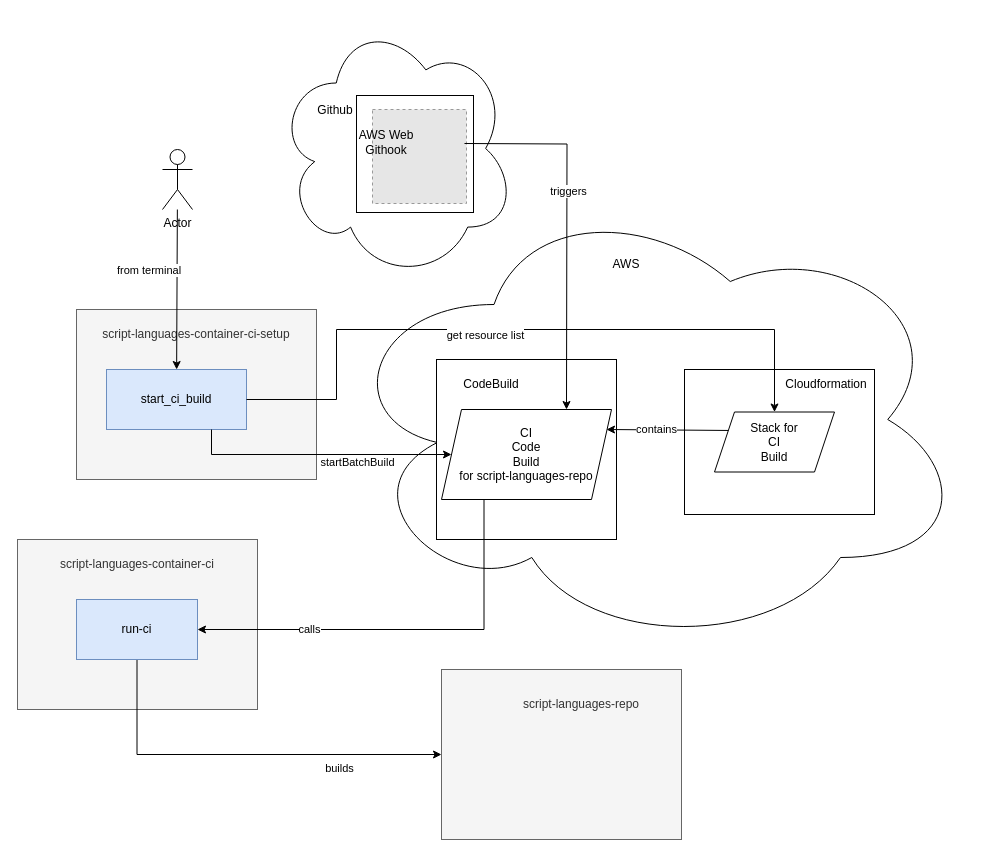
exasol/script-languages-container-ci-setup keeps this draw.io diagram as user_guide/ci-flow.drawio. Above is the earlier version. Source tidied: cells renumbered, new cells numbered last; positions are measured from the earlier drawing's top-left corner, leaving out a move shared by most shapes. Both pictures are drawn from the tidied source at 100%, with x=0, y=0 at pixel (17, 17). Pictures stored in the file or linked from it are replaced by grey dashed boxes.
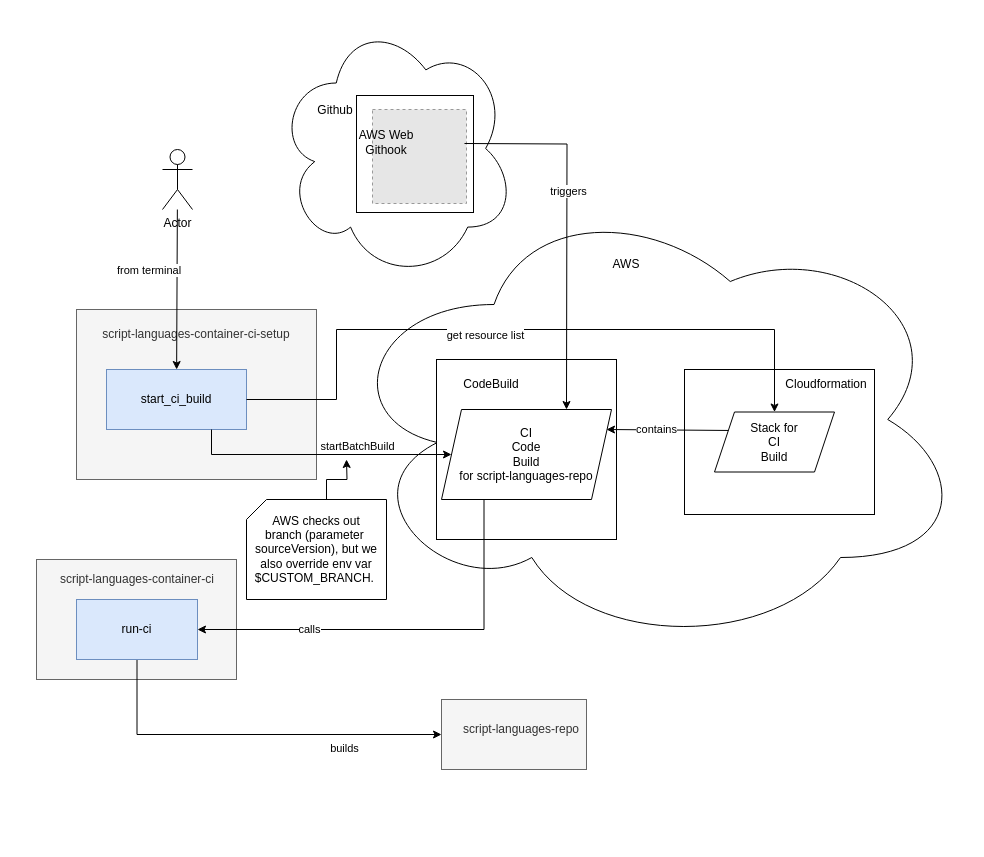
The same diagram, later.

The change refers to these unchanged cells:
```xml
<mxCell id="35" style="edgeStyle=orthogonalEdgeStyle;rounded=0;jettySize=auto;html=1;exitX=0.75;exitY=1;exitDx=0;exitDy=0;" parent="1" edge="1" source="10" target="14">
  <mxGeometry relative="1" as="geometry" />
</mxCell>
```

What changed in the source:
```diff
@@
     <mxCell id="6" style="rounded=0;whiteSpace=wrap;html=1;fillColor=#f5f5f5;fontColor=#333333;strokeColor=#666666;" parent="1" vertex="1">
-      <mxGeometry x="424" y="652" width="240" height="170" as="geometry" />
+      <mxGeometry x="424" y="682" width="145" height="70" as="geometry" />
     </mxCell>
     <mxCell id="7" value="&lt;span style=&quot;color: rgb(51, 51, 51);&quot;&gt;script-languages-repo&lt;/span&gt;" style="text;html=1;strokeColor=none;fillColor=none;align=center;verticalAlign=middle;whiteSpace=wrap;rounded=0;" parent="1" vertex="1">
-      <mxGeometry x="474" y="672" width="180" height="30" as="geometry" />
+      <mxGeometry x="414" y="697" width="180" height="30" as="geometry" />
     </mxCell>
@@
     <mxCell id="20" style="rounded=0;whiteSpace=wrap;html=1;fillColor=#f5f5f5;fontColor=#333333;strokeColor=#666666;" parent="1" vertex="1">
-      <mxGeometry y="522" width="240" height="170" as="geometry" />
+      <mxGeometry x="19" y="542" width="200" height="120" as="geometry" />
     </mxCell>
     <mxCell id="21" value="&lt;span style=&quot;color: rgb(51, 51, 51);&quot;&gt;script-languages-container-ci&lt;/span&gt;" style="text;html=1;strokeColor=none;fillColor=none;align=center;verticalAlign=middle;whiteSpace=wrap;rounded=0;" parent="1" vertex="1">
-      <mxGeometry x="20" y="532" width="200" height="30" as="geometry" />
+      <mxGeometry x="20" y="547" width="200" height="30" as="geometry" />
     </mxCell>
@@
     <mxCell id="36" value="startBatchBuild" style="edgeLabel;html=1;align=center;verticalAlign=middle;" parent="35" vertex="1">
       <mxGeometry x="0.54" y="-7" relative="1" as="geometry">
-        <mxPoint x="-34" as="offset" />
+        <mxPoint x="-34" y="-16" as="offset" />
       </mxGeometry>
     </mxCell>
@@
+    <mxCell id="38" style="edgeStyle=orthogonalEdgeStyle;rounded=0;jettySize=auto;html=1;exitX=0;exitY=0;exitDx=80;exitDy=0;exitPerimeter=0;" parent="1" edge="1" source="39">
+      <mxGeometry relative="1" as="geometry">
+        <mxPoint x="329" y="442" as="targetPoint" />
+      </mxGeometry>
+    </mxCell>
+    <mxCell id="39" value="AWS checks out&lt;br&gt;branch (parameter&amp;nbsp;&lt;br&gt;sourceVersion), but we also override env var $CUSTOM_BRANCH.&amp;nbsp;" style="shape=card;whiteSpace=wrap;html=1;size=20;" parent="1" vertex="1">
+      <mxGeometry x="229" y="482" width="140" height="100" as="geometry" />
+    </mxCell>
```
